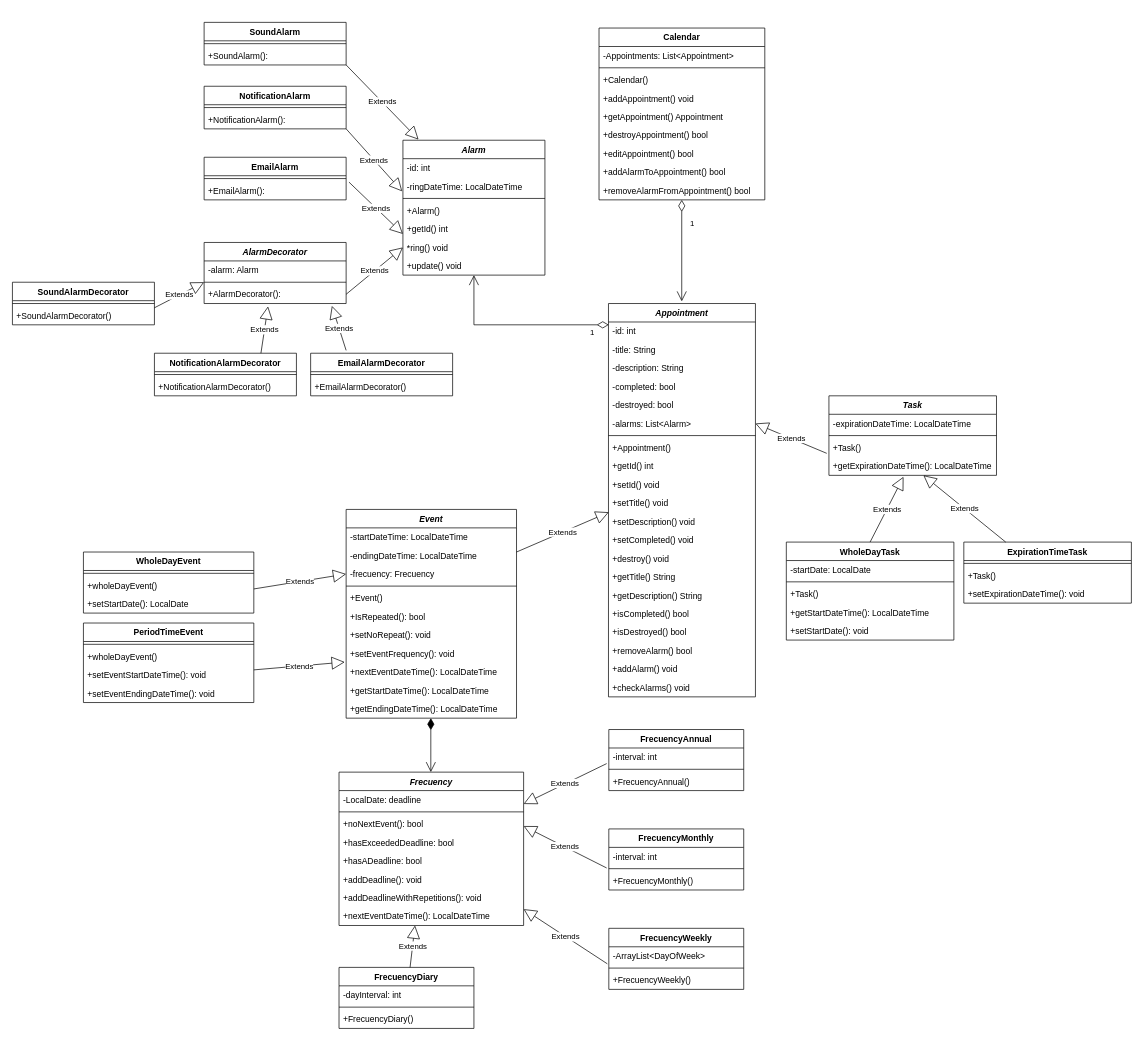
Above: doc/UML-Calendar_Class_Diagram.drawio in gmenendez0/Calendar (draw.io), before the change. Source tidied: cells renumbered, new cells numbered last; positions are measured from the earlier drawing's top-left corner, leaving out a move shared by most shapes. Both pictures are drawn from the tidied source at 71%, with x=0, y=0 at pixel (12, 22).
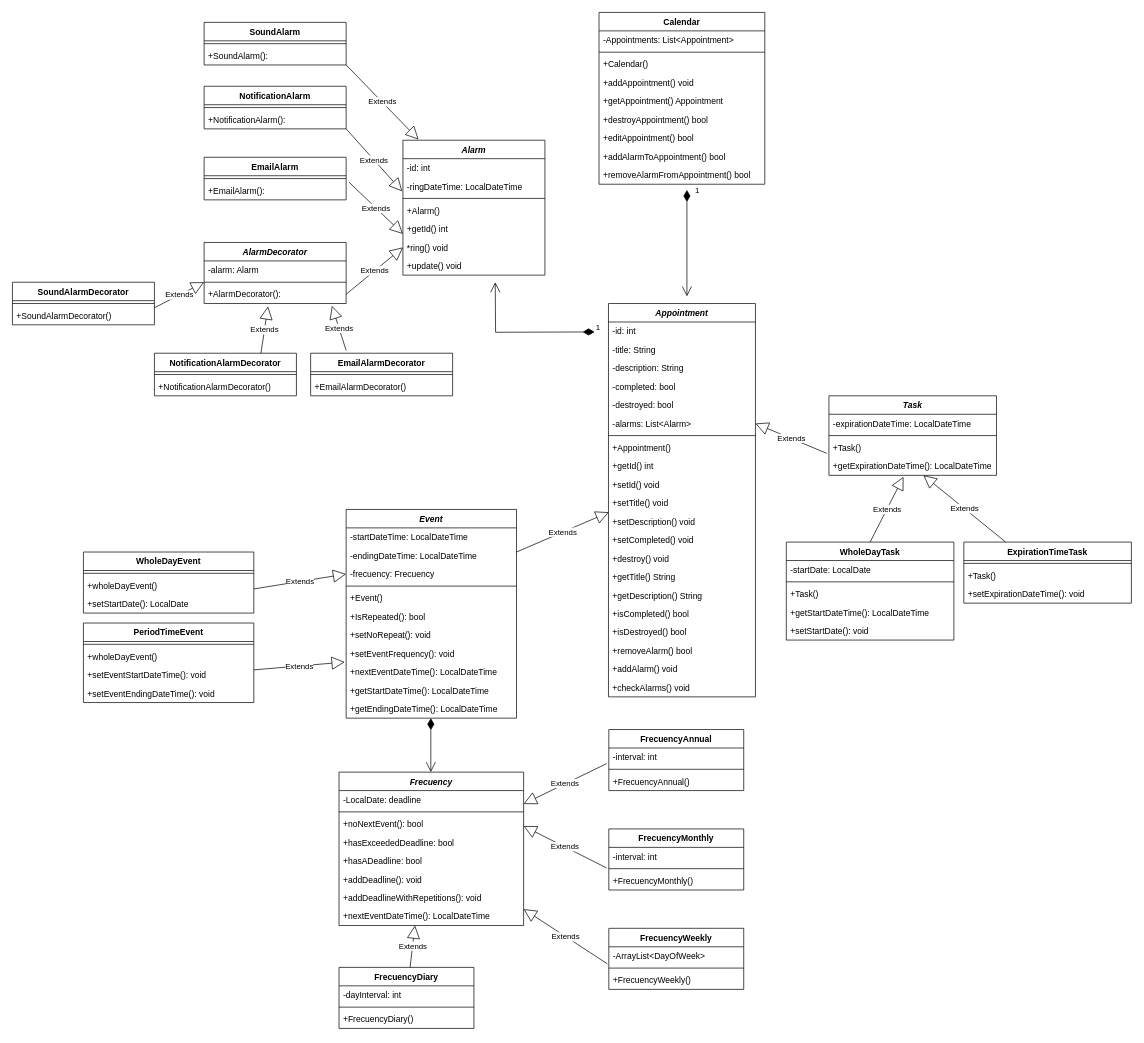
The same page after the edit.

Commit message (it also covers changes not shown here):
Cambio en dos relaciones

The change refers to these unchanged cells:
```xml
<mxCell id="11" value="+removeAlarmFromAppointment() bool" style="text;strokeColor=none;fillColor=none;align=left;verticalAlign=top;spacingLeft=4;spacingRight=4;overflow=hidden;points=[[0,0.5],[1,0.5]];portConstraint=eastwest;" parent="2" vertex="1">
  <mxGeometry y="216" width="233.5" height="26" as="geometry" />
</mxCell>
<mxCell id="30" value="-id: int" style="text;strokeColor=none;fillColor=none;align=left;verticalAlign=top;spacingLeft=4;spacingRight=4;overflow=hidden;points=[[0,0.5],[1,0.5]];portConstraint=eastwest;" parent="29" vertex="1">
  <mxGeometry y="26" width="207" height="26" as="geometry" />
</mxCell>
```

The edit, as a diff of the source:
```diff
@@
     <mxCell id="2" value="Calendar" style="swimlane;fontStyle=1;align=center;verticalAlign=top;horizontal=1;startSize=26;" parent="1" vertex="1">
-      <mxGeometry x="826.2" y="8" width="233.5" height="242" as="geometry" />
+      <mxGeometry x="826.2" y="-14" width="233.5" height="242" as="geometry" />
     </mxCell>
@@
-    <mxCell id="123" value="1" style="endArrow=open;html=1;endSize=12;startArrow=diamondThin;startSize=14;startFill=0;edgeStyle=orthogonalEdgeStyle;align=left;verticalAlign=bottom;rounded=0;" parent="1" edge="1" source="11">
-      <mxGeometry x="-0.4" y="10" relative="1" as="geometry">
-        <mxPoint x="942.7" y="393" as="targetPoint" />
-        <Array as="points">
-          <mxPoint x="942" y="236" />
-          <mxPoint x="943" y="236" />
-        </Array>
-      </mxGeometry>
-    </mxCell>
@@
-    <mxCell id="125" value="1" style="endArrow=open;html=1;endSize=12;startArrow=diamondThin;startSize=14;startFill=0;edgeStyle=orthogonalEdgeStyle;align=left;verticalAlign=bottom;rounded=0;exitX=0.002;exitY=0.154;exitDx=0;exitDy=0;exitPerimeter=0;" parent="1" edge="1" source="30">
-      <mxGeometry x="-0.79" y="20" relative="1" as="geometry">
-        <mxPoint x="650" y="356" as="targetPoint" />
-        <Array as="points">
-          <mxPoint x="650" y="426" />
-        </Array>
-        <mxPoint x="-1" as="offset" />
-      </mxGeometry>
-    </mxCell>
@@
+    <mxCell id="146" value="1" style="endArrow=open;html=1;endSize=12;startArrow=diamondThin;startSize=14;startFill=1;edgeStyle=orthogonalEdgeStyle;align=left;verticalAlign=bottom;rounded=0;" parent="1" edge="1">
+      <mxGeometry x="-0.87" y="10" relative="1" as="geometry">
+        <mxPoint x="950" y="236" as="sourcePoint" />
+        <mxPoint x="950" y="386" as="targetPoint" />
+      </mxGeometry>
+    </mxCell>
+    <mxCell id="147" value="1" style="endArrow=open;html=1;endSize=12;startArrow=diamondThin;startSize=14;startFill=1;edgeStyle=orthogonalEdgeStyle;align=left;verticalAlign=bottom;rounded=0;" parent="1" edge="1">
+      <mxGeometry x="-1" y="3" relative="1" as="geometry">
+        <mxPoint x="820" y="436" as="sourcePoint" />
+        <mxPoint x="680" y="366" as="targetPoint" />
+      </mxGeometry>
+    </mxCell>
```
